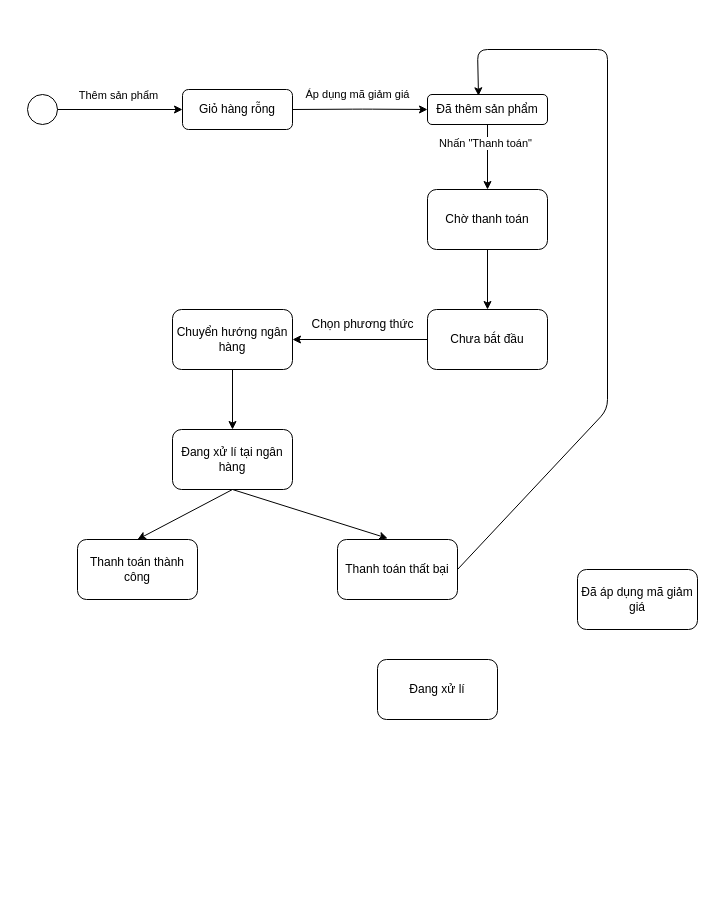
Earlier version of the draw.io diagram Sate Machine Diagram/Cart_Checkout.drawio (NguyenThaiDung2003/IT3120Nhom11). Source tidied: cells renumbered, new cells numbered last; positions are measured from the earlier drawing's top-left corner, leaving out a move shared by most shapes. Both pictures are drawn from the tidied source at 100%, with x=0, y=0 at pixel (27, 49).
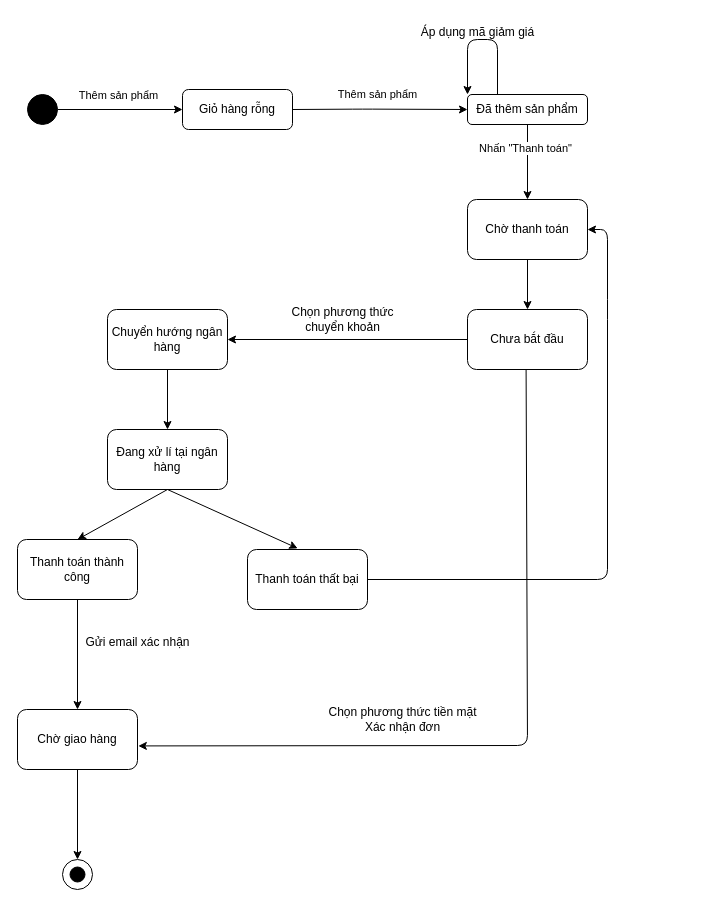
The same page after the edit.

Commit message:
Tạo xong biểu đồ máy trạng thái cho phần Cart và Checkout

The change refers to these unchanged cells:
```xml
<mxCell id="14" style="endArrow=classic;html=1;exitX=1;exitY=0.5;exitDx=0;exitDy=0;entryX=0;entryY=0.5;entryDx=0;entryDy=0;" parent="1" edge="1" source="5" target="6">
  <mxGeometry relative="1" as="geometry">
    <Array as="points">
      <mxPoint x="335" y="59.6" />
    </Array>
  </mxGeometry>
</mxCell>
```

Diff of the diagram source:
```diff
@@
     <mxCell id="2" value="Thanh toán thất bại" style="rounded=1;whiteSpace=wrap;html=1;" parent="1" vertex="1">
-      <mxGeometry x="310" y="490" width="120" height="60" as="geometry" />
+      <mxGeometry x="220" y="500" width="120" height="60" as="geometry" />
     </mxCell>
     <mxCell id="3" value="Thanh toán thành công" style="rounded=1;whiteSpace=wrap;html=1;" parent="1" vertex="1">
-      <mxGeometry x="50" y="490" width="120" height="60" as="geometry" />
+      <mxGeometry x="-10" y="490" width="120" height="60" as="geometry" />
     </mxCell>
-    <mxCell id="4" value="Đang xử lí" style="rounded=1;whiteSpace=wrap;html=1;" parent="1" vertex="1">
-      <mxGeometry x="350" y="610" width="120" height="60" as="geometry" />
-    </mxCell>
@@
     <mxCell id="6" value="Đã thêm sản phẩm" style="rounded=1;whiteSpace=wrap;html=1;" parent="1" vertex="1">
-      <mxGeometry x="400" y="45" width="120" height="30" as="geometry" />
+      <mxGeometry x="440" y="45" width="120" height="30" as="geometry" />
     </mxCell>
-    <mxCell id="7" value="Đã áp dụng mã giảm giá" style="rounded=1;whiteSpace=wrap;html=1;" parent="1" vertex="1">
-      <mxGeometry x="550" y="520" width="120" height="60" as="geometry" />
-    </mxCell>
     <mxCell id="8" value="Chờ thanh toán" style="rounded=1;whiteSpace=wrap;html=1;" parent="1" vertex="1">
-      <mxGeometry x="400" y="140" width="120" height="60" as="geometry" />
+      <mxGeometry x="440" y="150" width="120" height="60" as="geometry" />
     </mxCell>
     <mxCell id="9" value="Đang xử lí tại ngân hàng" style="rounded=1;whiteSpace=wrap;html=1;" parent="1" vertex="1">
-      <mxGeometry x="145" y="380" width="120" height="60" as="geometry" />
+      <mxGeometry x="80" y="380" width="120" height="60" as="geometry" />
     </mxCell>
     <mxCell id="10" value="Chuyển hướng ngân hàng" style="rounded=1;whiteSpace=wrap;html=1;" parent="1" vertex="1">
-      <mxGeometry x="145" y="260" width="120" height="60" as="geometry" />
+      <mxGeometry x="80" y="260" width="120" height="60" as="geometry" />
     </mxCell>
-    <mxCell id="11" style="ellipse;whiteSpace=wrap;html=1;" parent="1" vertex="1">
+    <mxCell id="11" style="ellipse;whiteSpace=wrap;html=1;fillColor=#000000;" parent="1" vertex="1">
       <mxGeometry y="45" width="30" height="30" as="geometry" />
     </mxCell>
@@
-    <mxCell id="15" value="Áp dụng mã giảm giá" style="edgeLabel;html=1;align=center;verticalAlign=middle;" parent="14" vertex="1">
+    <mxCell id="15" value="Thêm sản phẩm" style="edgeLabel;html=1;align=center;verticalAlign=middle;" parent="14" vertex="1">
       <mxGeometry x="0.01" relative="1" as="geometry">
         <mxPoint x="-3" y="-15" as="offset" />
       </mxGeometry>
     </mxCell>
@@
     <mxCell id="18" value="Chưa bắt đầu" style="rounded=1;whiteSpace=wrap;html=1;" parent="1" vertex="1">
-      <mxGeometry x="400" y="260" width="120" height="60" as="geometry" />
+      <mxGeometry x="440" y="260" width="120" height="60" as="geometry" />
     </mxCell>
@@
-    <mxCell id="21" style="endArrow=classic;html=1;exitX=1;exitY=0.5;exitDx=0;exitDy=0;entryX=0.425;entryY=0.043;entryDx=0;entryDy=0;entryPerimeter=0;" parent="1" edge="1" source="2" target="6">
+    <mxCell id="21" style="endArrow=classic;html=1;exitX=1;exitY=0.5;exitDx=0;exitDy=0;entryX=1;entryY=0.5;entryDx=0;entryDy=0;" parent="1" edge="1" source="2" target="8">
       <mxGeometry relative="1" as="geometry">
         <Array as="points">
-          <mxPoint x="580" y="360" />
-          <mxPoint x="580" />
-          <mxPoint x="450" />
+          <mxPoint x="580" y="530" />
+          <mxPoint x="580" y="260" />
+          <mxPoint x="580" y="180" />
         </Array>
       </mxGeometry>
     </mxCell>
@@
-    <mxCell id="24" value="Chọn phương thức" style="text;html=1;align=center;verticalAlign=middle;strokeColor=none;fillColor=none;" parent="1" vertex="1">
-      <mxGeometry x="270" y="260" width="130" height="30" as="geometry" />
+    <mxCell id="24" value="Chọn phương thức&lt;div&gt;chuyển khoản&lt;/div&gt;" style="text;html=1;align=center;verticalAlign=middle;strokeColor=none;fillColor=none;" parent="1" vertex="1">
+      <mxGeometry x="250" y="250" width="130" height="40" as="geometry" />
     </mxCell>
@@
+    <mxCell id="26" style="endArrow=classic;html=1;exitX=0.25;exitY=0;exitDx=0;exitDy=0;entryX=0;entryY=0;entryDx=0;entryDy=0;" parent="1" edge="1" source="6" target="6">
+      <mxGeometry relative="1" as="geometry">
+        <Array as="points">
+          <mxPoint x="470" y="-10" />
+          <mxPoint x="440" y="-10" />
+        </Array>
+      </mxGeometry>
+    </mxCell>
+    <mxCell id="27" value="Áp dụng mã giảm giá" style="text;html=1;align=center;verticalAlign=middle;strokeColor=none;fillColor=none;" parent="1" vertex="1">
+      <mxGeometry x="380" y="-32" width="140" height="30" as="geometry" />
+    </mxCell>
+    <mxCell id="28" style="endArrow=classic;html=1;exitX=0.5;exitY=1;exitDx=0;exitDy=0;entryX=0.5;entryY=0;entryDx=0;entryDy=0;" parent="1" edge="1" source="3" target="30">
+      <mxGeometry relative="1" as="geometry" />
+    </mxCell>
+    <mxCell id="29" value="Gửi email xác nhận" style="text;html=1;align=center;verticalAlign=middle;strokeColor=none;fillColor=none;" parent="1" vertex="1">
+      <mxGeometry x="45" y="578" width="130" height="30" as="geometry" />
+    </mxCell>
+    <mxCell id="30" value="Chờ giao hàng" style="rounded=1;whiteSpace=wrap;html=1;" parent="1" vertex="1">
+      <mxGeometry x="-10" y="660" width="120" height="60" as="geometry" />
+    </mxCell>
+    <mxCell id="31" style="endArrow=classic;html=1;exitX=0.5;exitY=1;exitDx=0;exitDy=0;entryX=0.5;entryY=0;entryDx=0;entryDy=0;" parent="1" edge="1" source="30" target="32">
+      <mxGeometry relative="1" as="geometry" />
+    </mxCell>
+    <mxCell id="32" style="ellipse;whiteSpace=wrap;html=1;" parent="1" vertex="1">
+      <mxGeometry x="35" y="810" width="30" height="30" as="geometry" />
+    </mxCell>
+    <mxCell id="33" style="endArrow=classic;html=1;exitX=0.5;exitY=1;exitDx=0;exitDy=0;entryX=1.007;entryY=0.607;entryDx=0;entryDy=0;entryPerimeter=0;" parent="1" edge="1" target="30">
+      <mxGeometry relative="1" as="geometry">
+        <mxPoint x="498.6" y="320" as="sourcePoint" />
+        <Array as="points">
+          <mxPoint x="500" y="696" />
+        </Array>
+      </mxGeometry>
+    </mxCell>
+    <mxCell id="34" value="Chọn phương thức&amp;nbsp;&lt;span style=&quot;background-color: transparent;&quot;&gt;tiền mặt&lt;/span&gt;&lt;div&gt;&lt;span style=&quot;background-color: transparent;&quot;&gt;Xác nhận đơn&lt;/span&gt;&lt;/div&gt;" style="text;html=1;align=center;verticalAlign=middle;strokeColor=none;fillColor=none;" parent="1" vertex="1">
+      <mxGeometry x="290" y="650" width="170" height="40" as="geometry" />
+    </mxCell>
+    <mxCell id="35" style="ellipse;whiteSpace=wrap;html=1;fillColor=#000000;" parent="1" vertex="1">
+      <mxGeometry x="42.5" y="817.5" width="15" height="15" as="geometry" />
+    </mxCell>
```
